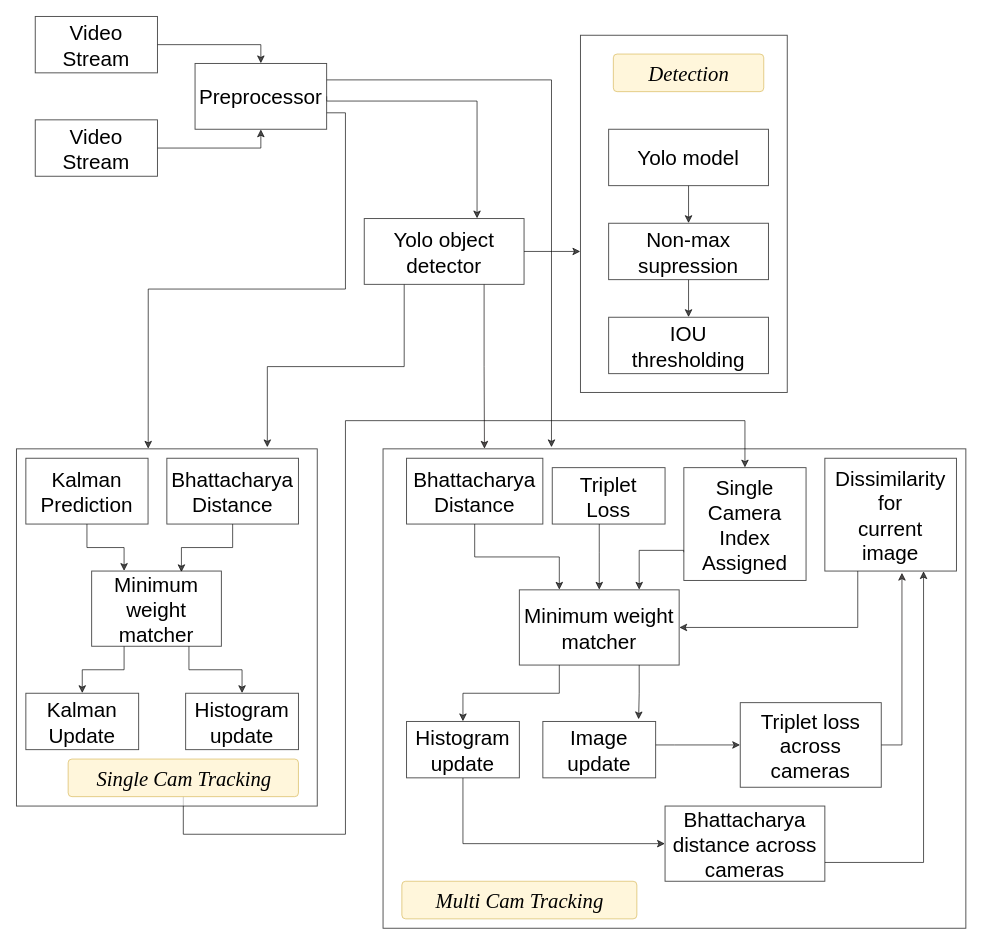
Earlier version of the draw.io diagram multiple_system_archi.drawio (chauchausoup/major_diagrams). Source tidied: cells renumbered, new cells numbered last; positions are measured from the earlier drawing's top-left corner, leaving out a move shared by most shapes. Both pictures are drawn from the tidied source at 94%, with x=0, y=0 at pixel (16, 16).
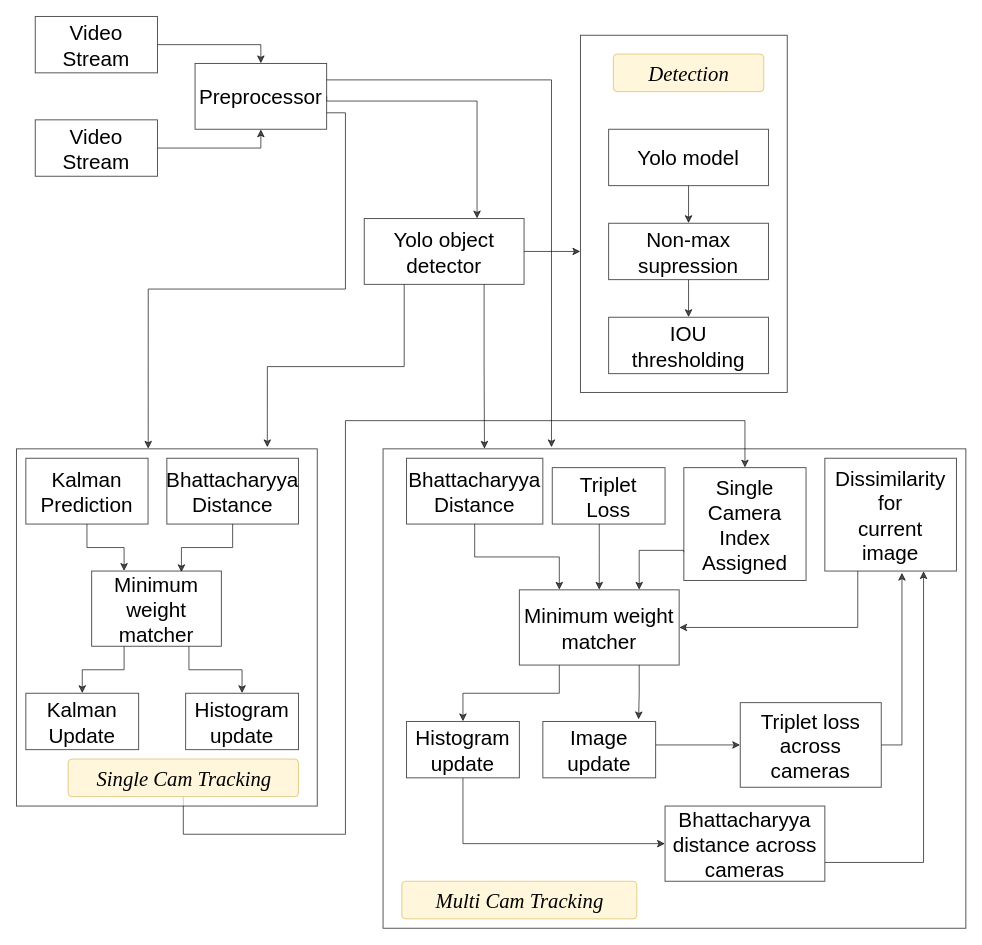
The same diagram, later.

What changed in the source:
```diff
@@
-    <mxCell id="26" value="Bhattacharya Distance" style="rounded=0;whiteSpace=wrap;html=1;fontSize=22;spacing=6;spacingTop=4;opacity=70;" parent="1" vertex="1">
+    <mxCell id="26" value="Bhattacharyya Distance" style="rounded=0;whiteSpace=wrap;html=1;fontSize=22;spacing=6;spacingTop=4;opacity=70;" parent="1" vertex="1">
       <mxGeometry x="160" y="470" width="140" height="70" as="geometry" />
     </mxCell>
@@
-    <mxCell id="33" value="Bhattacharya Distance" style="rounded=0;whiteSpace=wrap;html=1;fontSize=22;spacing=6;spacingTop=4;opacity=70;" parent="1" vertex="1">
+    <mxCell id="33" value="Bhattacharyya Distance" style="rounded=0;whiteSpace=wrap;html=1;fontSize=22;spacing=6;spacingTop=4;opacity=70;" parent="1" vertex="1">
       <mxGeometry x="415" y="470" width="145" height="70" as="geometry" />
     </mxCell>
@@
-    <mxCell id="50" value="Bhattacharya distance across cameras" style="rounded=0;whiteSpace=wrap;html=1;fontSize=22;spacing=6;spacingTop=4;opacity=70;" parent="1" vertex="1">
+    <mxCell id="50" value="Bhattacharyya distance across cameras" style="rounded=0;whiteSpace=wrap;html=1;fontSize=22;spacing=6;spacingTop=4;opacity=70;" parent="1" vertex="1">
       <mxGeometry x="690" y="840" width="170" height="80" as="geometry" />
     </mxCell>
```
